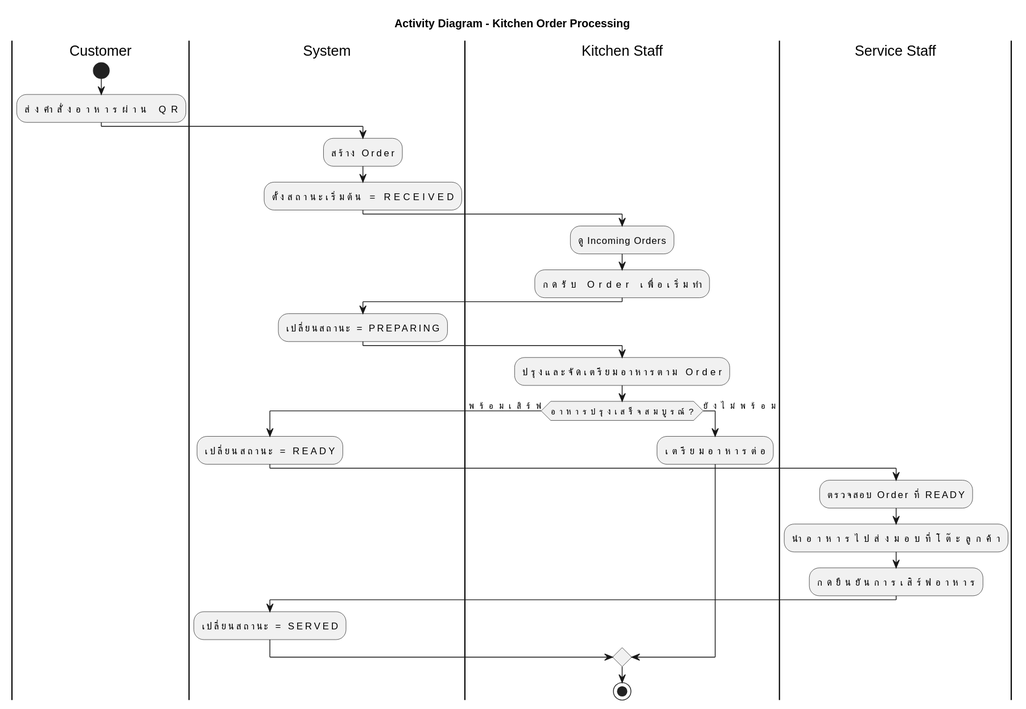
This is doc/diagrams/previews/activity-kitchen.svg from PavaritPramual/buffet-restaurant-management-system, a PlantUML export, as it was before one commit.
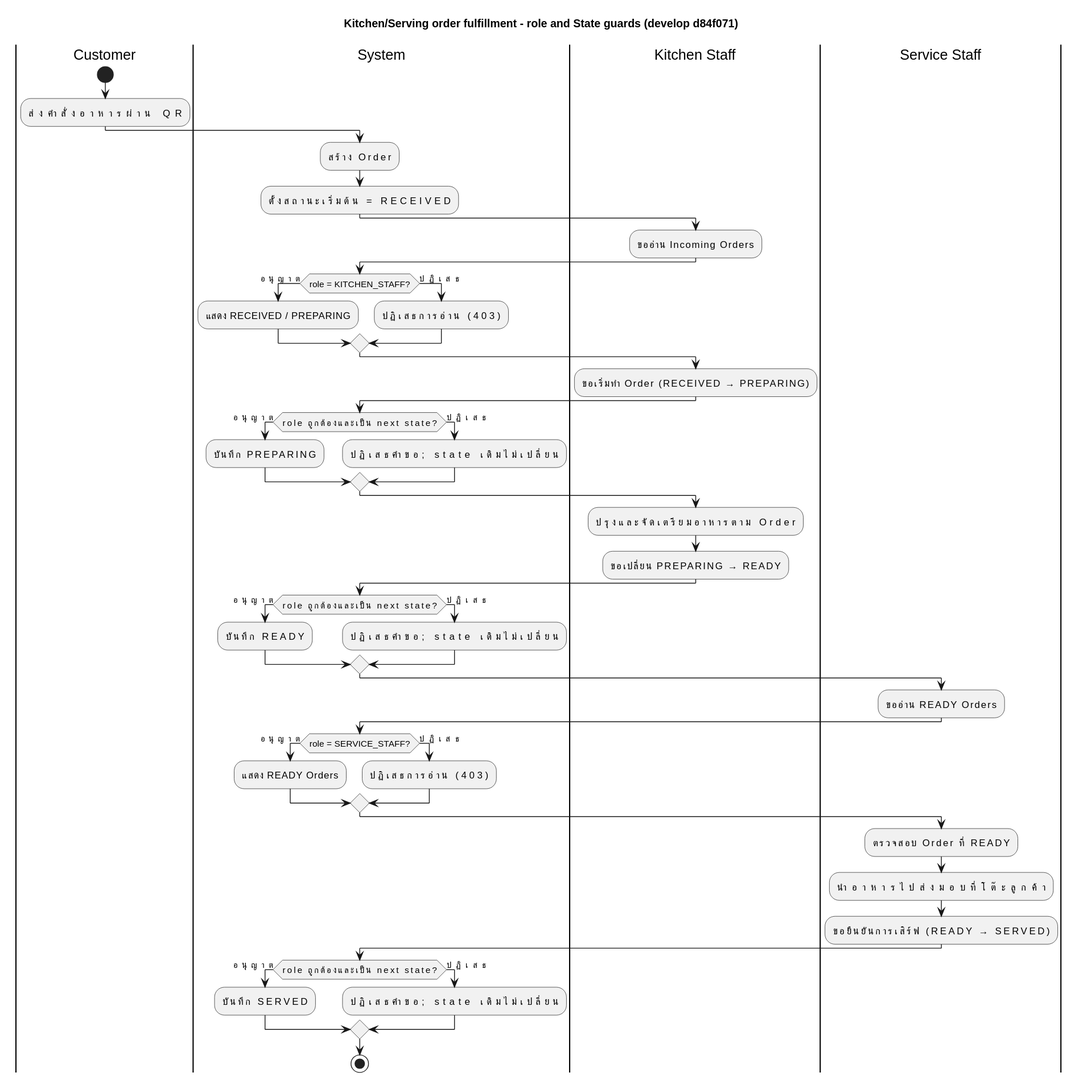
The same diagram one commit later.

What changed in the source:
```diff
@@ -1,5 +1,5 @@
 @startuml
-title Activity Diagram - Kitchen Order Processing
+title Kitchen/Serving order fulfillment - role and State guards (develop d84f071)
 
 |Customer|
 start
@@ -10,29 +10,58 @@
 :ตั้งสถานะเริ่มต้น = RECEIVED;
 
 |Kitchen Staff|
-:ดู Incoming Orders;
-:กดรับ Order เพื่อเริ่มทำ;
+:ขออ่าน Incoming Orders;
 
 |System|
-:เปลี่ยนสถานะ = PREPARING;
+if (role = KITCHEN_STAFF?) then (อนุญาต)
+    :แสดง RECEIVED / PREPARING;
+else (ปฏิเสธ)
+    :ปฏิเสธการอ่าน (403);
+endif
+
+|Kitchen Staff|
+:ขอเริ่มทำ Order (RECEIVED → PREPARING);
+
+|System|
+if (role ถูกต้องและเป็น next state?) then (อนุญาต)
+    :บันทึก PREPARING;
+else (ปฏิเสธ)
+    :ปฏิเสธคำขอ; state เดิมไม่เปลี่ยน;
+endif
 
 |Kitchen Staff|
 :ปรุงและจัดเตรียมอาหารตาม Order;
 
-if (อาหารปรุงเสร็จสมบูรณ์?) then (พร้อมเสิร์ฟ)
-    |System|
-    :เปลี่ยนสถานะ = READY;
+|Kitchen Staff|
+:ขอเปลี่ยน PREPARING → READY;
 
-    |Service Staff|
-    :ตรวจสอบ Order ที่ READY;
-    :นำอาหารไปส่งมอบที่โต๊ะลูกค้า;
-    :กดยืนยันการเสิร์ฟอาหาร;
+|System|
+if (role ถูกต้องและเป็น next state?) then (อนุญาต)
+    :บันทึก READY;
+else (ปฏิเสธ)
+    :ปฏิเสธคำขอ; state เดิมไม่เปลี่ยน;
+endif
 
-    |System|
-    :เปลี่ยนสถานะ = SERVED;
-else (ยังไม่พร้อม)
-    |Kitchen Staff|
-    :เตรียมอาหารต่อ;
+|Service Staff|
+:ขออ่าน READY Orders;
+
+|System|
+if (role = SERVICE_STAFF?) then (อนุญาต)
+    :แสดง READY Orders;
+else (ปฏิเสธ)
+    :ปฏิเสธการอ่าน (403);
+endif
+
+|Service Staff|
+:ตรวจสอบ Order ที่ READY;
+:นำอาหารไปส่งมอบที่โต๊ะลูกค้า;
+:ขอยืนยันการเสิร์ฟ (READY → SERVED);
+
+|System|
+if (role ถูกต้องและเป็น next state?) then (อนุญาต)
+    :บันทึก SERVED;
+else (ปฏิเสธ)
+    :ปฏิเสธคำขอ; state เดิมไม่เปลี่ยน;
 endif
 
 stop
```
